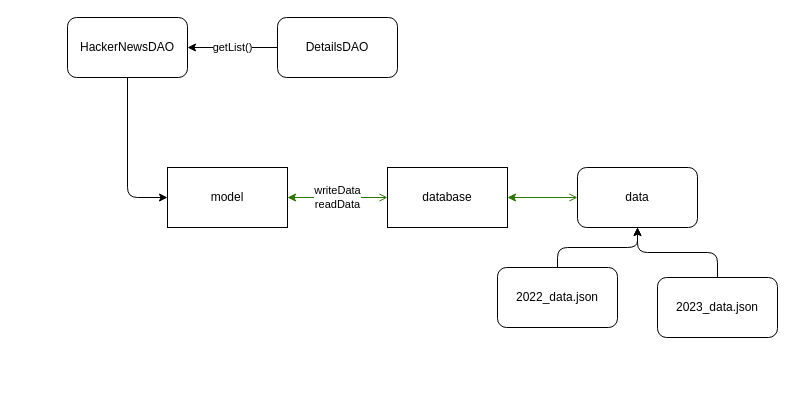
Before: docs/model/overview.drawio in tower-town/Koala-Hacker-News, a draw.io diagram. Source tidied: cells renumbered, new cells numbered last; positions are measured from the earlier drawing's top-left corner, leaving out a move shared by most shapes. Both pictures are drawn from the tidied source at 100%, with x=0, y=0 at pixel (67, 17).
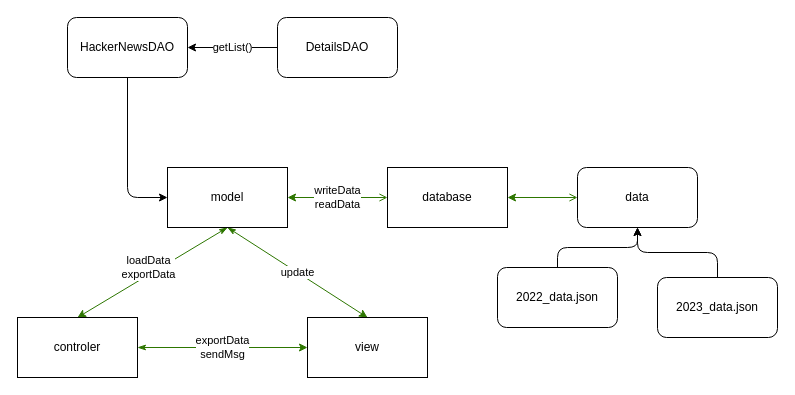
After the change.

The change refers to these unchanged cells:
```xml
<mxCell id="2" value="model" style="rounded=0;whiteSpace=wrap;html=1;" parent="1" vertex="1">
  <mxGeometry x="100" y="150" width="120" height="60" as="geometry" />
</mxCell>
```

Change to the diagram source:
```diff
@@
+    <mxCell id="15" style="edgeStyle=none;html=1;exitX=0.5;exitY=1;exitDx=0;exitDy=0;entryX=0.5;entryY=0;entryDx=0;entryDy=0;startArrow=classicThin;startFill=1;fillColor=#60a917;strokeColor=#2D7600;" parent="1" edge="1" source="2" target="19">
+      <mxGeometry relative="1" as="geometry" />
+    </mxCell>
+    <mxCell id="16" value="loadData&lt;br&gt;exportData" style="edgeLabel;html=1;align=center;verticalAlign=middle;" parent="15" vertex="1">
+      <mxGeometry x="-0.22" y="-3" relative="1" as="geometry">
+        <mxPoint x="-20" y="7" as="offset" />
+      </mxGeometry>
+    </mxCell>
+    <mxCell id="17" value="update" style="edgeStyle=none;html=1;exitX=0.5;exitY=1;exitDx=0;exitDy=0;entryX=0.5;entryY=0;entryDx=0;entryDy=0;startArrow=classicThin;startFill=1;fillColor=#60a917;strokeColor=#2D7600;" parent="1" edge="1" source="2" target="20">
+      <mxGeometry relative="1" as="geometry" />
+    </mxCell>
@@
+    <mxCell id="18" value="exportData&lt;br&gt;sendMsg" style="edgeStyle=none;html=1;exitX=1;exitY=0.5;exitDx=0;exitDy=0;startArrow=classicThin;startFill=1;fillColor=#60a917;strokeColor=#2D7600;entryX=0;entryY=0.5;entryDx=0;entryDy=0;" parent="1" edge="1" source="19" target="20">
+      <mxGeometry relative="1" as="geometry" />
+    </mxCell>
+    <mxCell id="19" value="controler" style="rounded=0;whiteSpace=wrap;html=1;" parent="1" vertex="1">
+      <mxGeometry x="-50" y="300" width="120" height="60" as="geometry" />
+    </mxCell>
+    <mxCell id="20" value="view" style="rounded=0;whiteSpace=wrap;html=1;" parent="1" vertex="1">
+      <mxGeometry x="240" y="300" width="120" height="60" as="geometry" />
+    </mxCell>
```
